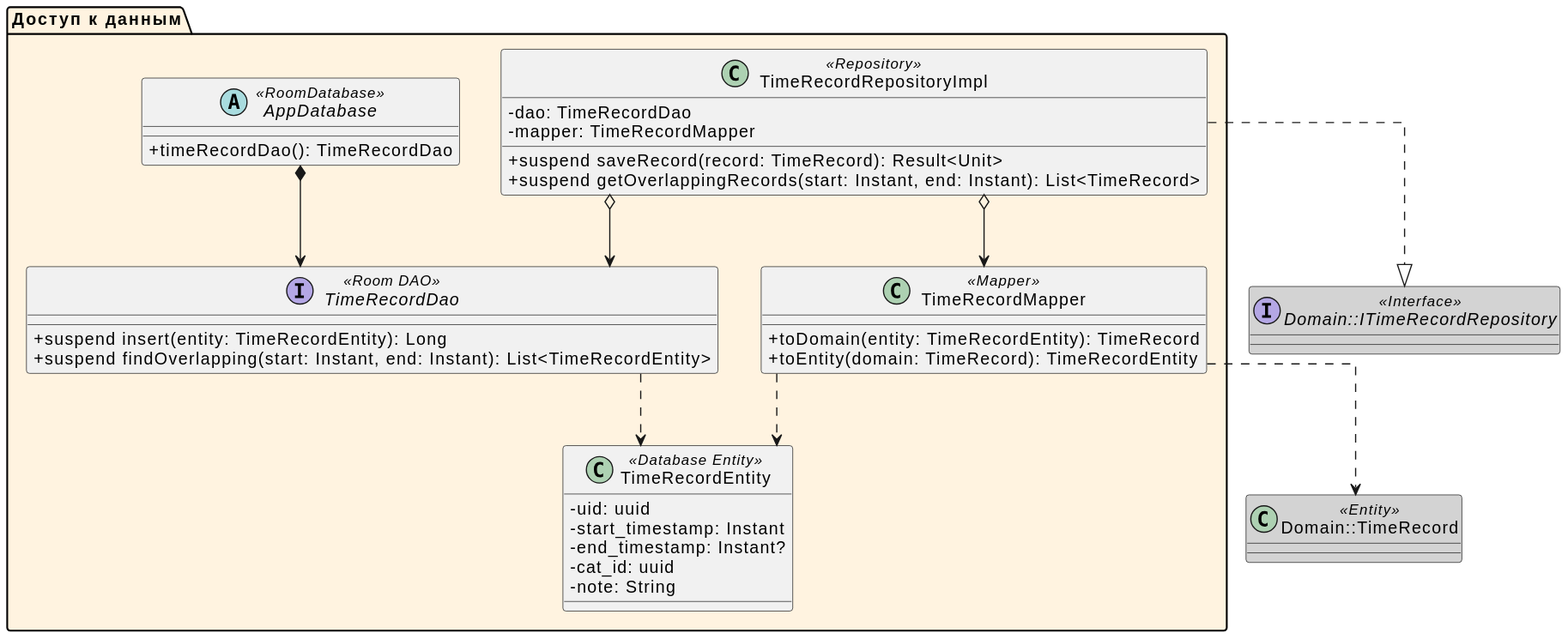
The PlantUML diagram docs/L4_2.svg in da-fuu/IU7_7sem_Web, before a commit.
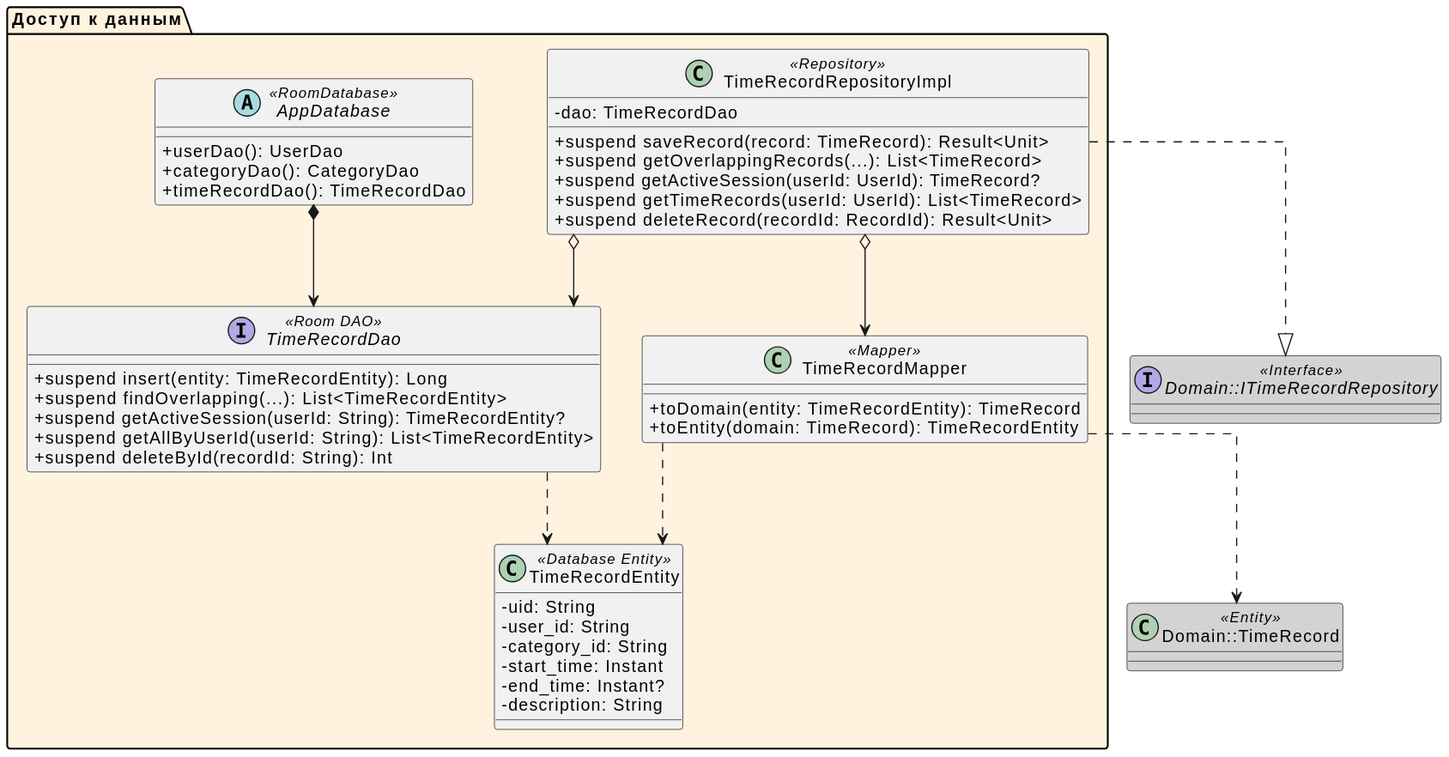
Above is the later version.

Change to the diagram source:
```diff
@@ -7,19 +7,25 @@
 
 package "Доступ к данным" #FFF3E0 {
     class TimeRecordEntity <<Database Entity>> {
-        - uid: uuid
-        - start_timestamp: Instant
-        - end_timestamp: Instant?
-        - cat_id: uuid
-        - note: String
+        - uid: String
+        - user_id: String
+        - category_id: String
+        - start_time: Instant
+        - end_time: Instant?
+        - description: String
     }
 
     interface TimeRecordDao <<Room DAO>> {
         + suspend insert(entity: TimeRecordEntity): Long
-        + suspend findOverlapping(start: Instant, end: Instant): List<TimeRecordEntity>
+        + suspend findOverlapping(...): List<TimeRecordEntity>
+        + suspend getActiveSession(userId: String): TimeRecordEntity?
+        + suspend getAllByUserId(userId: String): List<TimeRecordEntity>
+        + suspend deleteById(recordId: String): Int
     }
 
     abstract class AppDatabase <<RoomDatabase>> {
+        + userDao(): UserDao
+        + categoryDao(): CategoryDao
         + timeRecordDao(): TimeRecordDao
     }
 
@@ -30,9 +36,11 @@
 
     class TimeRecordRepositoryImpl <<Repository>> {
         - dao: TimeRecordDao
-        - mapper: TimeRecordMapper
         + suspend saveRecord(record: TimeRecord): Result<Unit>
-        + suspend getOverlappingRecords(start: Instant, end: Instant): List<TimeRecord>
+        + suspend getOverlappingRecords(...): List<TimeRecord>
+        + suspend getActiveSession(userId: UserId): TimeRecord?
+        + suspend getTimeRecords(userId: UserId): List<TimeRecord>
+        + suspend deleteRecord(recordId: RecordId): Result<Unit>
     }
 
     TimeRecordRepositoryImpl ..|> ITimeRecordRepository
```
